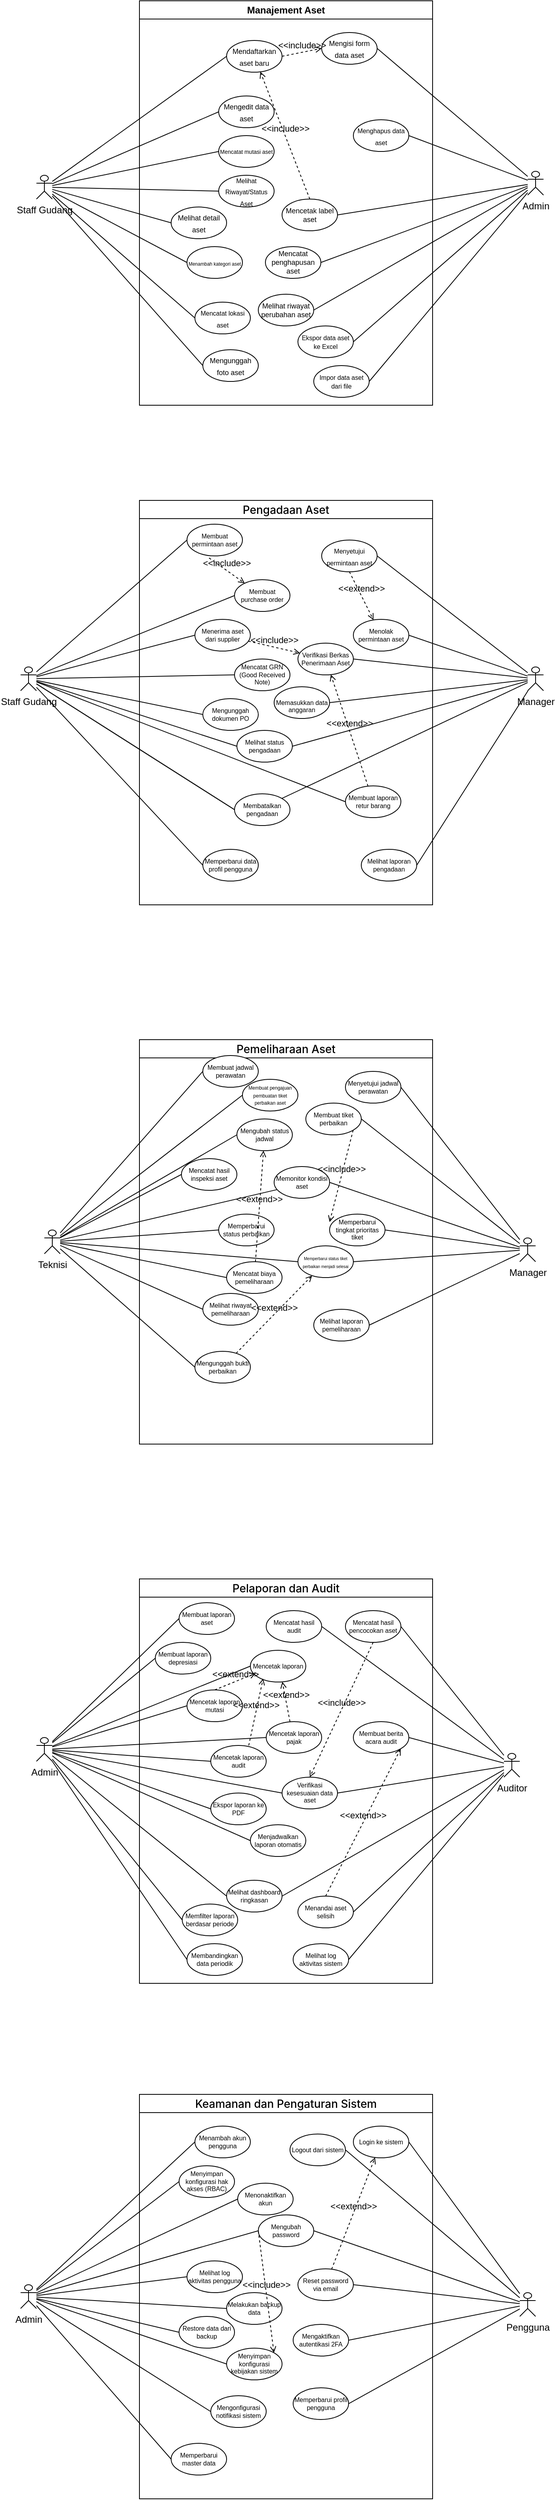
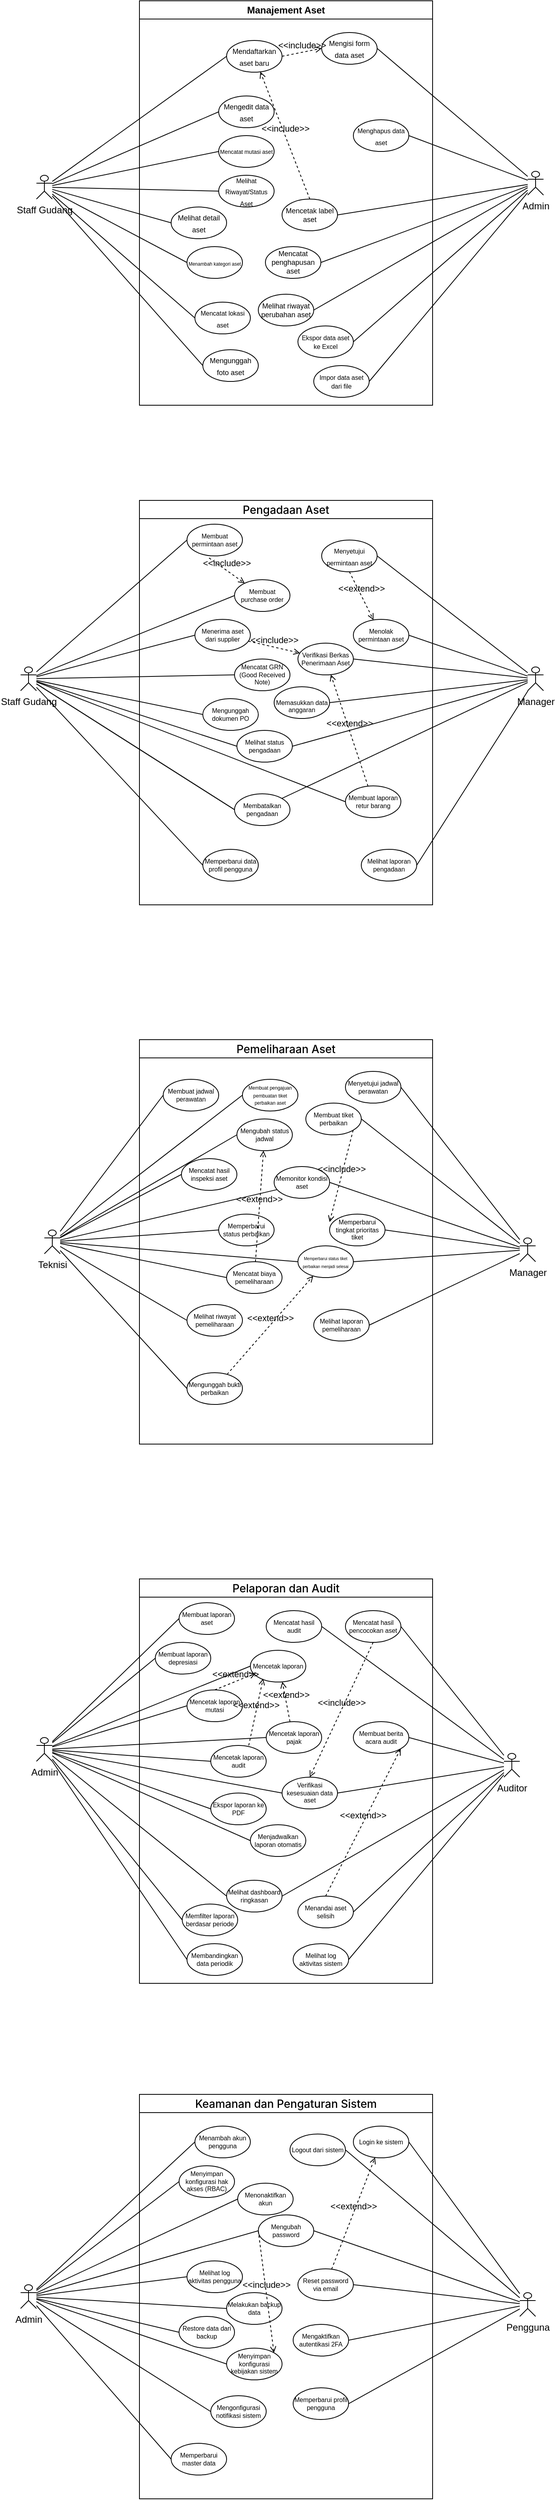
<mxfile host="app.diagrams.net">
  <diagram name="Halaman-1" id="vrqg1WvFMhjWSPYmkqD6">
    <mxGraphModel dx="624" dy="344" grid="1" gridSize="10" guides="1" tooltips="1" connect="1" arrows="1" fold="1" page="1" pageScale="1" pageWidth="827" pageHeight="1169" math="0" shadow="0">
      <root>
        <mxCell id="0" />
        <mxCell id="1" parent="0" />
        <mxCell id="ttJMnmOJ9A8DWHro3bs2-210" parent="1" style="shape=umlActor;verticalLabelPosition=bottom;verticalAlign=top;html=1;outlineConnect=0;" value="Staff Gudang" vertex="1">
          <mxGeometry height="30" width="20" x="90" y="310" as="geometry" />
        </mxCell>
        <mxCell id="ttJMnmOJ9A8DWHro3bs2-211" parent="1" style="shape=umlActor;verticalLabelPosition=bottom;verticalAlign=top;html=1;outlineConnect=0;" value="Admin" vertex="1">
          <mxGeometry height="30" width="20" x="710" y="305" as="geometry" />
        </mxCell>
        <mxCell id="ttJMnmOJ9A8DWHro3bs2-215" edge="1" parent="1" source="ttJMnmOJ9A8DWHro3bs2-216" style="rounded=0;orthogonalLoop=1;jettySize=auto;html=1;exitX=0;exitY=0.5;exitDx=0;exitDy=0;endArrow=none;endFill=0;" target="ttJMnmOJ9A8DWHro3bs2-210">
          <mxGeometry relative="1" as="geometry" />
        </mxCell>
        <mxCell id="ttJMnmOJ9A8DWHro3bs2-217" edge="1" parent="1" source="ttJMnmOJ9A8DWHro3bs2-218" style="rounded=0;orthogonalLoop=1;jettySize=auto;html=1;exitX=0;exitY=0.5;exitDx=0;exitDy=0;endArrow=none;endFill=0;" target="ttJMnmOJ9A8DWHro3bs2-210">
          <mxGeometry relative="1" as="geometry" />
        </mxCell>
        <mxCell id="ttJMnmOJ9A8DWHro3bs2-219" parent="1" style="ellipse;whiteSpace=wrap;html=1;align=center;" value="&lt;span style=&quot;font-size: 6px;&quot;&gt;Menambah kategori aset&lt;/span&gt;" vertex="1">
          <mxGeometry height="40" width="70" x="280" y="400" as="geometry" />
        </mxCell>
        <mxCell id="ttJMnmOJ9A8DWHro3bs2-220" parent="1" style="ellipse;whiteSpace=wrap;html=1;align=center;" value="&lt;span style=&quot;&quot;&gt;&lt;font style=&quot;font-size: 9px;&quot;&gt;Mengunggah foto aset&lt;/font&gt;&lt;/span&gt;" vertex="1">
          <mxGeometry height="40" width="70" x="300" y="530" as="geometry" />
        </mxCell>
        <mxCell id="ttJMnmOJ9A8DWHro3bs2-221" parent="1" style="ellipse;whiteSpace=wrap;html=1;align=center;" value="&lt;span style=&quot;&quot;&gt;&lt;font style=&quot;font-size: 9px;&quot;&gt;Mengedit data aset&lt;/font&gt;&lt;/span&gt;" vertex="1">
          <mxGeometry height="40" width="70" x="320" y="210" as="geometry" />
        </mxCell>
        <mxCell id="ttJMnmOJ9A8DWHro3bs2-222" parent="1" style="ellipse;whiteSpace=wrap;html=1;align=center;" value="&lt;span style=&quot;&quot;&gt;&lt;font style=&quot;font-size: 8px;&quot;&gt;Mencatat lokasi aset&lt;/font&gt;&lt;/span&gt;" vertex="1">
          <mxGeometry height="40" width="70" x="290" y="470" as="geometry" />
        </mxCell>
        <mxCell id="ttJMnmOJ9A8DWHro3bs2-223" parent="1" style="ellipse;whiteSpace=wrap;html=1;align=center;" value="&lt;span style=&quot;&quot;&gt;&lt;font style=&quot;font-size: 9px;&quot;&gt;Mengisi form data aset&lt;/font&gt;&lt;/span&gt;" vertex="1">
          <mxGeometry height="40" width="70" x="450" y="130" as="geometry" />
        </mxCell>
        <mxCell id="ttJMnmOJ9A8DWHro3bs2-226" edge="1" parent="1" source="ttJMnmOJ9A8DWHro3bs2-227" style="rounded=0;orthogonalLoop=1;jettySize=auto;html=1;exitX=1;exitY=0.5;exitDx=0;exitDy=0;endArrow=none;endFill=0;" target="ttJMnmOJ9A8DWHro3bs2-211">
          <mxGeometry relative="1" as="geometry">
            <mxPoint x="710" y="340" as="targetPoint" />
          </mxGeometry>
        </mxCell>
        <mxCell id="ttJMnmOJ9A8DWHro3bs2-232" edge="1" parent="1" source="ttJMnmOJ9A8DWHro3bs2-212" style="rounded=0;orthogonalLoop=1;jettySize=auto;html=1;exitX=0;exitY=0.5;exitDx=0;exitDy=0;endArrow=none;endFill=0;" target="ttJMnmOJ9A8DWHro3bs2-210">
          <mxGeometry relative="1" as="geometry" />
        </mxCell>
        <mxCell id="ttJMnmOJ9A8DWHro3bs2-233" edge="1" parent="1" source="ttJMnmOJ9A8DWHro3bs2-221" style="rounded=0;orthogonalLoop=1;jettySize=auto;html=1;exitX=0;exitY=0.5;exitDx=0;exitDy=0;endArrow=none;endFill=0;" target="ttJMnmOJ9A8DWHro3bs2-210">
          <mxGeometry relative="1" as="geometry" />
        </mxCell>
        <mxCell id="ttJMnmOJ9A8DWHro3bs2-234" edge="1" parent="1" source="ttJMnmOJ9A8DWHro3bs2-220" style="rounded=0;orthogonalLoop=1;jettySize=auto;html=1;exitX=0;exitY=0.5;exitDx=0;exitDy=0;endArrow=none;endFill=0;" target="ttJMnmOJ9A8DWHro3bs2-210">
          <mxGeometry relative="1" as="geometry" />
        </mxCell>
        <mxCell id="ttJMnmOJ9A8DWHro3bs2-235" edge="1" parent="1" source="ttJMnmOJ9A8DWHro3bs2-219" style="rounded=0;orthogonalLoop=1;jettySize=auto;html=1;exitX=0;exitY=0.5;exitDx=0;exitDy=0;startSize=5;endArrow=none;endFill=0;" target="ttJMnmOJ9A8DWHro3bs2-210">
          <mxGeometry relative="1" as="geometry" />
        </mxCell>
        <mxCell id="ttJMnmOJ9A8DWHro3bs2-236" edge="1" parent="1" source="ttJMnmOJ9A8DWHro3bs2-222" style="rounded=0;orthogonalLoop=1;jettySize=auto;html=1;exitX=0;exitY=0.5;exitDx=0;exitDy=0;endArrow=none;endFill=0;" target="ttJMnmOJ9A8DWHro3bs2-210">
          <mxGeometry relative="1" as="geometry" />
        </mxCell>
        <mxCell id="ttJMnmOJ9A8DWHro3bs2-237" edge="1" parent="1" source="ttJMnmOJ9A8DWHro3bs2-223" style="rounded=0;orthogonalLoop=1;jettySize=auto;html=1;exitX=1;exitY=0.5;exitDx=0;exitDy=0;endArrow=none;endFill=0;" target="ttJMnmOJ9A8DWHro3bs2-211">
          <mxGeometry relative="1" as="geometry" />
        </mxCell>
        <mxCell id="ttJMnmOJ9A8DWHro3bs2-240" edge="1" parent="1" source="ttJMnmOJ9A8DWHro3bs2-230" style="rounded=0;orthogonalLoop=1;jettySize=auto;html=1;exitX=1;exitY=0.5;exitDx=0;exitDy=0;endArrow=none;endFill=0;" target="ttJMnmOJ9A8DWHro3bs2-211">
          <mxGeometry relative="1" as="geometry" />
        </mxCell>
        <mxCell id="ttJMnmOJ9A8DWHro3bs2-241" edge="1" parent="1" source="ttJMnmOJ9A8DWHro3bs2-228" style="rounded=0;orthogonalLoop=1;jettySize=auto;html=1;exitX=1;exitY=0.5;exitDx=0;exitDy=0;endArrow=none;endFill=0;" target="ttJMnmOJ9A8DWHro3bs2-211">
          <mxGeometry relative="1" as="geometry" />
        </mxCell>
        <mxCell id="ttJMnmOJ9A8DWHro3bs2-242" edge="1" parent="1" source="ttJMnmOJ9A8DWHro3bs2-225" style="rounded=0;orthogonalLoop=1;jettySize=auto;html=1;exitX=1;exitY=0.5;exitDx=0;exitDy=0;endArrow=none;endFill=0;" target="ttJMnmOJ9A8DWHro3bs2-211">
          <mxGeometry relative="1" as="geometry" />
        </mxCell>
        <mxCell id="ttJMnmOJ9A8DWHro3bs2-243" edge="1" parent="1" source="ttJMnmOJ9A8DWHro3bs2-231" style="rounded=0;orthogonalLoop=1;jettySize=auto;html=1;exitX=1;exitY=0.5;exitDx=0;exitDy=0;endArrow=none;endFill=0;" target="ttJMnmOJ9A8DWHro3bs2-211">
          <mxGeometry relative="1" as="geometry" />
        </mxCell>
        <mxCell id="ttJMnmOJ9A8DWHro3bs2-245" edge="1" parent="1" source="ttJMnmOJ9A8DWHro3bs2-212" style="html=1;verticalAlign=bottom;labelBackgroundColor=none;endArrow=open;endFill=0;dashed=1;rounded=0;entryX=0;entryY=0.5;entryDx=0;entryDy=0;exitX=1;exitY=0.5;exitDx=0;exitDy=0;" target="ttJMnmOJ9A8DWHro3bs2-223" value="&amp;lt;&amp;lt;include&amp;gt;&amp;gt;">
          <mxGeometry relative="1" width="160" as="geometry">
            <mxPoint x="400" y="170" as="sourcePoint" />
            <mxPoint x="560" y="170" as="targetPoint" />
          </mxGeometry>
        </mxCell>
        <mxCell id="ttJMnmOJ9A8DWHro3bs2-248" parent="1" style="swimlane;whiteSpace=wrap;html=1;startSize=23;" value="Manajement Aset" vertex="1">
          <mxGeometry height="510" width="370" x="220" y="90" as="geometry" />
        </mxCell>
        <mxCell id="ttJMnmOJ9A8DWHro3bs2-218" parent="ttJMnmOJ9A8DWHro3bs2-248" style="ellipse;whiteSpace=wrap;html=1;align=center;" value="&lt;span style=&quot;&quot;&gt;&lt;font style=&quot;font-size: 9px;&quot;&gt;Melihat detail aset&lt;/font&gt;&lt;/span&gt;" vertex="1">
          <mxGeometry height="40" width="70" x="40" y="260" as="geometry" />
        </mxCell>
        <mxCell id="ttJMnmOJ9A8DWHro3bs2-216" parent="ttJMnmOJ9A8DWHro3bs2-248" style="ellipse;whiteSpace=wrap;html=1;align=center;" value="&lt;font style=&quot;font-size: 8px;&quot;&gt;Melihat Riwayat/Status Aset&lt;/font&gt;" vertex="1">
          <mxGeometry height="40" width="70" x="100" y="220" as="geometry" />
        </mxCell>
        <mxCell id="ttJMnmOJ9A8DWHro3bs2-230" parent="ttJMnmOJ9A8DWHro3bs2-248" style="ellipse;whiteSpace=wrap;html=1;verticalAlign=middle;fontSize=9;align=center;" value="Mencatat penghapusan aset" vertex="1">
          <mxGeometry height="40" width="70" x="159" y="310" as="geometry" />
        </mxCell>
        <mxCell id="ttJMnmOJ9A8DWHro3bs2-214" parent="ttJMnmOJ9A8DWHro3bs2-248" style="ellipse;whiteSpace=wrap;html=1;align=center;" value="&lt;span style=&quot;&quot;&gt;&lt;font style=&quot;font-size: 8px;&quot;&gt;Menghapus data aset&lt;/font&gt;&lt;/span&gt;" vertex="1">
          <mxGeometry height="40" width="70" x="270" y="150" as="geometry" />
        </mxCell>
        <mxCell id="ttJMnmOJ9A8DWHro3bs2-229" parent="ttJMnmOJ9A8DWHro3bs2-248" style="ellipse;whiteSpace=wrap;html=1;verticalAlign=middle;fontSize=9;align=center;" value="&lt;font style=&quot;font-size: 7px;&quot;&gt;Mencatat mutasi aset&lt;/font&gt;" vertex="1">
          <mxGeometry height="40" width="70" x="100" y="170" as="geometry" />
        </mxCell>
        <mxCell id="ttJMnmOJ9A8DWHro3bs2-225" parent="ttJMnmOJ9A8DWHro3bs2-248" style="ellipse;whiteSpace=wrap;html=1;verticalAlign=middle;fontSize=9;align=center;" value="Melihat riwayat perubahan aset" vertex="1">
          <mxGeometry height="40" width="70" x="150" y="370" as="geometry" />
        </mxCell>
        <mxCell id="ttJMnmOJ9A8DWHro3bs2-231" parent="ttJMnmOJ9A8DWHro3bs2-248" style="ellipse;whiteSpace=wrap;html=1;verticalAlign=middle;fontSize=9;align=center;" value="&lt;font style=&quot;font-size: 8px;&quot;&gt;Impor data aset dari file&lt;/font&gt;" vertex="1">
          <mxGeometry height="40" width="70" x="220" y="460" as="geometry" />
        </mxCell>
        <mxCell id="ttJMnmOJ9A8DWHro3bs2-227" parent="ttJMnmOJ9A8DWHro3bs2-248" style="ellipse;whiteSpace=wrap;html=1;verticalAlign=middle;fontSize=9;align=center;" value="&lt;font style=&quot;font-size: 8px;&quot;&gt;Ekspor data aset ke Excel&lt;/font&gt;" vertex="1">
          <mxGeometry height="40" width="70" x="200" y="410" as="geometry" />
        </mxCell>
        <mxCell id="ttJMnmOJ9A8DWHro3bs2-228" parent="ttJMnmOJ9A8DWHro3bs2-248" style="ellipse;whiteSpace=wrap;html=1;verticalAlign=middle;fontSize=9;align=center;" value="Mencetak label aset" vertex="1">
          <mxGeometry height="40" width="70" x="180" y="250" as="geometry" />
        </mxCell>
        <mxCell id="ttJMnmOJ9A8DWHro3bs2-212" parent="ttJMnmOJ9A8DWHro3bs2-248" style="ellipse;whiteSpace=wrap;html=1;align=center;" value="&lt;span style=&quot;&quot;&gt;&lt;font style=&quot;font-size: 9px;&quot;&gt;Mendaftarkan aset baru&lt;/font&gt;&lt;/span&gt;" vertex="1">
          <mxGeometry height="40" width="70" x="110" y="50" as="geometry" />
        </mxCell>
        <mxCell id="ttJMnmOJ9A8DWHro3bs2-244" edge="1" parent="ttJMnmOJ9A8DWHro3bs2-248" source="ttJMnmOJ9A8DWHro3bs2-228" style="html=1;verticalAlign=bottom;labelBackgroundColor=none;endArrow=open;endFill=0;dashed=1;rounded=0;exitX=0.5;exitY=0;exitDx=0;exitDy=0;" target="ttJMnmOJ9A8DWHro3bs2-212" value="&amp;lt;&amp;lt;include&amp;gt;&amp;gt;">
          <mxGeometry relative="1" width="160" as="geometry">
            <mxPoint x="160" y="300" as="sourcePoint" />
            <mxPoint x="265" y="130" as="targetPoint" />
          </mxGeometry>
        </mxCell>
        <mxCell id="ttJMnmOJ9A8DWHro3bs2-249" parent="1" style="swimlane;whiteSpace=wrap;html=1;startSize=23;" value="&lt;span style=&quot;font-family: &amp;quot;Anthropic Sans&amp;quot;, -apple-system, BlinkMacSystemFont, &amp;quot;Segoe UI&amp;quot;, sans-serif; font-size: 14px; font-weight: 500; text-align: start; white-space: nowrap;&quot;&gt;Pengadaan Aset&lt;/span&gt;" vertex="1">
          <mxGeometry height="510" width="370" x="220" y="720" as="geometry" />
        </mxCell>
        <mxCell id="ttJMnmOJ9A8DWHro3bs2-253" parent="ttJMnmOJ9A8DWHro3bs2-249" style="ellipse;whiteSpace=wrap;html=1;align=center;fontSize=8;" value="&lt;span style=&quot;&quot;&gt;Membuat permintaan aset&lt;/span&gt;" vertex="1">
          <mxGeometry height="40" width="70" x="60" y="30" as="geometry" />
        </mxCell>
        <mxCell id="ttJMnmOJ9A8DWHro3bs2-254" parent="ttJMnmOJ9A8DWHro3bs2-249" style="ellipse;whiteSpace=wrap;html=1;align=center;fontSize=8;" value="&lt;span style=&quot;&quot;&gt;Membuat purchase order&lt;/span&gt;" vertex="1">
          <mxGeometry height="40" width="70" x="120" y="100" as="geometry" />
        </mxCell>
        <mxCell id="ttJMnmOJ9A8DWHro3bs2-260" parent="ttJMnmOJ9A8DWHro3bs2-249" style="ellipse;whiteSpace=wrap;html=1;align=center;fontSize=8;" value="&lt;span style=&quot;&quot;&gt;Menerima aset dari supplier&lt;/span&gt;" vertex="1">
          <mxGeometry height="40" width="70" x="70" y="150" as="geometry" />
        </mxCell>
        <mxCell id="ttJMnmOJ9A8DWHro3bs2-255" parent="ttJMnmOJ9A8DWHro3bs2-249" style="ellipse;whiteSpace=wrap;html=1;align=center;fontSize=8;" value="Memperbarui data profil pengguna" vertex="1">
          <mxGeometry height="40" width="70" x="80" y="440" as="geometry" />
        </mxCell>
        <mxCell id="ttJMnmOJ9A8DWHro3bs2-258" parent="ttJMnmOJ9A8DWHro3bs2-249" style="ellipse;whiteSpace=wrap;html=1;align=center;fontSize=8;" value="&lt;span style=&quot;&quot;&gt;Mencatat GRN (Good Received Note)&lt;/span&gt;" vertex="1">
          <mxGeometry height="40" width="70" x="120" y="200" as="geometry" />
        </mxCell>
        <mxCell id="ttJMnmOJ9A8DWHro3bs2-259" parent="ttJMnmOJ9A8DWHro3bs2-249" style="ellipse;whiteSpace=wrap;html=1;align=center;fontSize=8;" value="&lt;span style=&quot;&quot;&gt;Membatalkan pengadaan&lt;/span&gt;" vertex="1">
          <mxGeometry height="40" width="70" x="120" y="370" as="geometry" />
        </mxCell>
        <mxCell id="ttJMnmOJ9A8DWHro3bs2-256" parent="ttJMnmOJ9A8DWHro3bs2-249" style="ellipse;whiteSpace=wrap;html=1;align=center;fontSize=8;" value="&lt;span style=&quot;&quot;&gt;Mengunggah dokumen PO&lt;/span&gt;" vertex="1">
          <mxGeometry height="40" width="70" x="80" y="250" as="geometry" />
        </mxCell>
        <mxCell id="ttJMnmOJ9A8DWHro3bs2-257" parent="ttJMnmOJ9A8DWHro3bs2-249" style="ellipse;whiteSpace=wrap;html=1;align=center;fontSize=8;" value="&lt;span style=&quot;&quot;&gt;Melihat status pengadaan&lt;/span&gt;" vertex="1">
          <mxGeometry height="40" width="70" x="123" y="290" as="geometry" />
        </mxCell>
        <mxCell id="ttJMnmOJ9A8DWHro3bs2-263" parent="ttJMnmOJ9A8DWHro3bs2-249" style="ellipse;whiteSpace=wrap;html=1;align=center;" value="&lt;span style=&quot;&quot;&gt;&lt;font style=&quot;font-size: 8px;&quot;&gt;Menyetujui permintaan aset&lt;/font&gt;&lt;/span&gt;" vertex="1">
          <mxGeometry height="40" width="70" x="230" y="50" as="geometry" />
        </mxCell>
        <mxCell id="ttJMnmOJ9A8DWHro3bs2-261" parent="ttJMnmOJ9A8DWHro3bs2-249" style="ellipse;whiteSpace=wrap;html=1;align=center;fontSize=8;" value="&lt;span style=&quot;&quot;&gt;Menolak permintaan aset&lt;/span&gt;" vertex="1">
          <mxGeometry height="40" width="70" x="270" y="150" as="geometry" />
        </mxCell>
        <mxCell id="ttJMnmOJ9A8DWHro3bs2-262" parent="ttJMnmOJ9A8DWHro3bs2-249" style="ellipse;whiteSpace=wrap;html=1;align=center;fontSize=8;" value="&lt;br&gt;&lt;div&gt;Memasukkan data anggaran&lt;/div&gt;" vertex="1">
          <mxGeometry height="40" width="70" x="170" y="235" as="geometry" />
        </mxCell>
        <mxCell id="ttJMnmOJ9A8DWHro3bs2-264" parent="ttJMnmOJ9A8DWHro3bs2-249" style="ellipse;whiteSpace=wrap;html=1;align=center;fontSize=8;" value="&lt;span style=&quot;&quot;&gt;Melihat laporan pengadaan&lt;/span&gt;" vertex="1">
          <mxGeometry height="40" width="70" x="280" y="440" as="geometry" />
        </mxCell>
        <mxCell id="ttJMnmOJ9A8DWHro3bs2-265" parent="ttJMnmOJ9A8DWHro3bs2-249" style="ellipse;whiteSpace=wrap;html=1;align=center;fontSize=8;" value="Verifikasi Berkas Penerimaan Aset" vertex="1">
          <mxGeometry height="40" width="70" x="200" y="180" as="geometry" />
        </mxCell>
        <mxCell id="ttJMnmOJ9A8DWHro3bs2-286" edge="1" parent="ttJMnmOJ9A8DWHro3bs2-249" source="ttJMnmOJ9A8DWHro3bs2-263" style="html=1;verticalAlign=bottom;labelBackgroundColor=none;endArrow=open;endFill=0;dashed=1;rounded=0;exitX=0.5;exitY=1;exitDx=0;exitDy=0;" target="ttJMnmOJ9A8DWHro3bs2-261" value="&amp;lt;&amp;lt;extend&amp;gt;&amp;gt;">
          <mxGeometry relative="1" width="160" as="geometry">
            <mxPoint x="220" y="80" as="sourcePoint" />
            <mxPoint x="270" y="84" as="targetPoint" />
          </mxGeometry>
        </mxCell>
        <mxCell id="Ji7-jTJ7KOdppPhq-gUy-3" edge="1" parent="ttJMnmOJ9A8DWHro3bs2-249" source="ttJMnmOJ9A8DWHro3bs2-253" style="html=1;verticalAlign=bottom;labelBackgroundColor=none;endArrow=open;endFill=0;dashed=1;rounded=0;exitX=0.398;exitY=1.064;exitDx=0;exitDy=0;exitPerimeter=0;" target="ttJMnmOJ9A8DWHro3bs2-254" value="&amp;lt;&amp;lt;include&amp;gt;&amp;gt;">
          <mxGeometry relative="1" width="160" as="geometry">
            <mxPoint x="210" y="70" as="sourcePoint" />
            <mxPoint x="232" y="173" as="targetPoint" />
          </mxGeometry>
        </mxCell>
        <mxCell id="Ji7-jTJ7KOdppPhq-gUy-5" edge="1" parent="ttJMnmOJ9A8DWHro3bs2-249" source="ttJMnmOJ9A8DWHro3bs2-260" style="html=1;verticalAlign=bottom;labelBackgroundColor=none;endArrow=open;endFill=0;dashed=1;rounded=0;" target="ttJMnmOJ9A8DWHro3bs2-265" value="&amp;lt;&amp;lt;include&amp;gt;&amp;gt;">
          <mxGeometry relative="1" width="160" as="geometry">
            <mxPoint x="190" y="150" as="sourcePoint" />
            <mxPoint x="235" y="182" as="targetPoint" />
          </mxGeometry>
        </mxCell>
        <mxCell id="Ji7-jTJ7KOdppPhq-gUy-6" parent="ttJMnmOJ9A8DWHro3bs2-249" style="ellipse;whiteSpace=wrap;html=1;align=center;fontSize=8;" value="&lt;span style=&quot;&quot;&gt;Me&lt;/span&gt;&lt;span style=&quot;background-color: transparent; color: light-dark(rgb(0, 0, 0), rgb(255, 255, 255));&quot;&gt;mbuat laporan retur barang&lt;/span&gt;" vertex="1">
          <mxGeometry height="40" width="70" x="260" y="360" as="geometry" />
        </mxCell>
        <mxCell id="Ji7-jTJ7KOdppPhq-gUy-8" edge="1" parent="ttJMnmOJ9A8DWHro3bs2-249" source="Ji7-jTJ7KOdppPhq-gUy-6" style="html=1;verticalAlign=bottom;labelBackgroundColor=none;endArrow=open;endFill=0;dashed=1;rounded=0;" target="ttJMnmOJ9A8DWHro3bs2-265" value="&amp;lt;&amp;lt;extend&amp;gt;&amp;gt;">
          <mxGeometry relative="1" width="160" as="geometry">
            <mxPoint x="300" y="340" as="sourcePoint" />
            <mxPoint x="330" y="401" as="targetPoint" />
          </mxGeometry>
        </mxCell>
        <mxCell id="ttJMnmOJ9A8DWHro3bs2-250" parent="1" style="shape=umlActor;verticalLabelPosition=bottom;verticalAlign=top;html=1;outlineConnect=0;" value="Staff Gudang" vertex="1">
          <mxGeometry height="30" width="20" x="70" y="930" as="geometry" />
        </mxCell>
        <mxCell id="ttJMnmOJ9A8DWHro3bs2-251" parent="1" style="shape=umlActor;verticalLabelPosition=bottom;verticalAlign=top;html=1;outlineConnect=0;" value="Manager" vertex="1">
          <mxGeometry height="30" width="20" x="710" y="930" as="geometry" />
        </mxCell>
        <mxCell id="ttJMnmOJ9A8DWHro3bs2-274" edge="1" parent="1" source="ttJMnmOJ9A8DWHro3bs2-256" style="rounded=0;orthogonalLoop=1;jettySize=auto;html=1;exitX=0;exitY=0.5;exitDx=0;exitDy=0;endArrow=none;endFill=0;" target="ttJMnmOJ9A8DWHro3bs2-250">
          <mxGeometry relative="1" as="geometry" />
        </mxCell>
        <mxCell id="ttJMnmOJ9A8DWHro3bs2-275" edge="1" parent="1" source="ttJMnmOJ9A8DWHro3bs2-257" style="rounded=0;orthogonalLoop=1;jettySize=auto;html=1;exitX=0;exitY=0.5;exitDx=0;exitDy=0;endArrow=none;endFill=0;" target="ttJMnmOJ9A8DWHro3bs2-250">
          <mxGeometry relative="1" as="geometry" />
        </mxCell>
        <mxCell id="ttJMnmOJ9A8DWHro3bs2-266" edge="1" parent="1" source="ttJMnmOJ9A8DWHro3bs2-253" style="rounded=0;orthogonalLoop=1;jettySize=auto;html=1;exitX=0;exitY=0.5;exitDx=0;exitDy=0;endArrow=none;endFill=0;" target="ttJMnmOJ9A8DWHro3bs2-250">
          <mxGeometry relative="1" as="geometry" />
        </mxCell>
        <mxCell id="ttJMnmOJ9A8DWHro3bs2-267" edge="1" parent="1" source="ttJMnmOJ9A8DWHro3bs2-254" style="rounded=0;orthogonalLoop=1;jettySize=auto;html=1;exitX=0;exitY=0.5;exitDx=0;exitDy=0;endArrow=none;endFill=0;" target="ttJMnmOJ9A8DWHro3bs2-250">
          <mxGeometry relative="1" as="geometry" />
        </mxCell>
        <mxCell id="ttJMnmOJ9A8DWHro3bs2-268" edge="1" parent="1" source="ttJMnmOJ9A8DWHro3bs2-260" style="rounded=0;orthogonalLoop=1;jettySize=auto;html=1;exitX=0;exitY=0.5;exitDx=0;exitDy=0;endArrow=none;endFill=0;" target="ttJMnmOJ9A8DWHro3bs2-250">
          <mxGeometry relative="1" as="geometry" />
        </mxCell>
        <mxCell id="ttJMnmOJ9A8DWHro3bs2-269" edge="1" parent="1" source="ttJMnmOJ9A8DWHro3bs2-255" style="rounded=0;orthogonalLoop=1;jettySize=auto;html=1;exitX=0;exitY=0.5;exitDx=0;exitDy=0;endArrow=none;endFill=0;" target="ttJMnmOJ9A8DWHro3bs2-250">
          <mxGeometry relative="1" as="geometry" />
        </mxCell>
        <mxCell id="ttJMnmOJ9A8DWHro3bs2-271" edge="1" parent="1" source="ttJMnmOJ9A8DWHro3bs2-259" style="rounded=0;orthogonalLoop=1;jettySize=auto;html=1;exitX=0;exitY=0.5;exitDx=0;exitDy=0;endArrow=none;endFill=0;" target="ttJMnmOJ9A8DWHro3bs2-250">
          <mxGeometry relative="1" as="geometry" />
        </mxCell>
        <mxCell id="ttJMnmOJ9A8DWHro3bs2-272" edge="1" parent="1" source="ttJMnmOJ9A8DWHro3bs2-259" style="rounded=0;orthogonalLoop=1;jettySize=auto;html=1;exitX=0;exitY=0.5;exitDx=0;exitDy=0;endArrow=none;endFill=0;" target="ttJMnmOJ9A8DWHro3bs2-250">
          <mxGeometry relative="1" as="geometry" />
        </mxCell>
        <mxCell id="ttJMnmOJ9A8DWHro3bs2-276" edge="1" parent="1" source="ttJMnmOJ9A8DWHro3bs2-258" style="rounded=0;orthogonalLoop=1;jettySize=auto;html=1;exitX=0;exitY=0.5;exitDx=0;exitDy=0;endArrow=none;endFill=0;" target="ttJMnmOJ9A8DWHro3bs2-250" value="">
          <mxGeometry relative="1" as="geometry">
            <mxPoint x="330" y="1030" as="sourcePoint" />
            <mxPoint x="120" y="900" as="targetPoint" />
          </mxGeometry>
        </mxCell>
        <mxCell id="ttJMnmOJ9A8DWHro3bs2-278" edge="1" parent="1" source="ttJMnmOJ9A8DWHro3bs2-263" style="rounded=0;orthogonalLoop=1;jettySize=auto;html=1;exitX=1;exitY=0.5;exitDx=0;exitDy=0;endArrow=none;endFill=0;" target="ttJMnmOJ9A8DWHro3bs2-251">
          <mxGeometry relative="1" as="geometry" />
        </mxCell>
        <mxCell id="ttJMnmOJ9A8DWHro3bs2-279" edge="1" parent="1" source="ttJMnmOJ9A8DWHro3bs2-261" style="rounded=0;orthogonalLoop=1;jettySize=auto;html=1;exitX=1;exitY=0.5;exitDx=0;exitDy=0;endArrow=none;endFill=0;" target="ttJMnmOJ9A8DWHro3bs2-251">
          <mxGeometry relative="1" as="geometry" />
        </mxCell>
        <mxCell id="ttJMnmOJ9A8DWHro3bs2-280" edge="1" parent="1" source="ttJMnmOJ9A8DWHro3bs2-262" style="rounded=0;orthogonalLoop=1;jettySize=auto;html=1;exitX=1;exitY=0.5;exitDx=0;exitDy=0;endArrow=none;endFill=0;" target="ttJMnmOJ9A8DWHro3bs2-251">
          <mxGeometry relative="1" as="geometry" />
        </mxCell>
        <mxCell id="ttJMnmOJ9A8DWHro3bs2-281" edge="1" parent="1" source="ttJMnmOJ9A8DWHro3bs2-264" style="rounded=0;orthogonalLoop=1;jettySize=auto;html=1;exitX=1;exitY=0.5;exitDx=0;exitDy=0;endArrow=none;endFill=0;" target="ttJMnmOJ9A8DWHro3bs2-251">
          <mxGeometry relative="1" as="geometry" />
        </mxCell>
        <mxCell id="ttJMnmOJ9A8DWHro3bs2-282" edge="1" parent="1" source="ttJMnmOJ9A8DWHro3bs2-265" style="rounded=0;orthogonalLoop=1;jettySize=auto;html=1;exitX=1;exitY=0.5;exitDx=0;exitDy=0;endArrow=none;endFill=0;" target="ttJMnmOJ9A8DWHro3bs2-251">
          <mxGeometry relative="1" as="geometry" />
        </mxCell>
        <mxCell id="ttJMnmOJ9A8DWHro3bs2-319" parent="1" style="swimlane;whiteSpace=wrap;html=1;startSize=23;" value="&lt;span style=&quot;font-family: &amp;quot;Anthropic Sans&amp;quot;, -apple-system, BlinkMacSystemFont, &amp;quot;Segoe UI&amp;quot;, sans-serif; font-size: 14px; font-weight: 500; text-align: start; white-space: nowrap;&quot;&gt;Pemeliharaan Aset&lt;/span&gt;" vertex="1">
          <mxGeometry height="510" width="370" x="220" y="1400" as="geometry" />
        </mxCell>
        <mxCell id="ttJMnmOJ9A8DWHro3bs2-322" parent="ttJMnmOJ9A8DWHro3bs2-319" style="ellipse;whiteSpace=wrap;html=1;align=center;fontSize=8;" value="Membuat jadwal perawatan" vertex="1">
-           <mxGeometry height="40" width="70" x="80" y="20" as="geometry" />
+           <mxGeometry height="40" width="70" x="30" y="50" as="geometry" />
        </mxCell>
        <mxCell id="ttJMnmOJ9A8DWHro3bs2-323" parent="ttJMnmOJ9A8DWHro3bs2-319" style="ellipse;whiteSpace=wrap;html=1;align=center;fontSize=8;" value="Mencatat hasil inspeksi aset" vertex="1">
          <mxGeometry height="40" width="70" x="53" y="150" as="geometry" />
        </mxCell>
        <mxCell id="ttJMnmOJ9A8DWHro3bs2-324" parent="ttJMnmOJ9A8DWHro3bs2-319" style="ellipse;whiteSpace=wrap;html=1;align=center;fontSize=8;" value="Membuat tiket perbaikan" vertex="1">
          <mxGeometry height="40" width="70" x="210" y="80" as="geometry" />
        </mxCell>
        <mxCell id="ttJMnmOJ9A8DWHro3bs2-325" parent="ttJMnmOJ9A8DWHro3bs2-319" style="ellipse;whiteSpace=wrap;html=1;align=center;fontSize=8;" value="Memperbarui status perbaikan" vertex="1">
          <mxGeometry height="40" width="70" x="100" y="220" as="geometry" />
        </mxCell>
        <mxCell id="ttJMnmOJ9A8DWHro3bs2-326" parent="ttJMnmOJ9A8DWHro3bs2-319" style="ellipse;whiteSpace=wrap;html=1;align=center;fontSize=8;" value="Mencatat biaya pemeliharaan" vertex="1">
          <mxGeometry height="40" width="70" x="110" y="280" as="geometry" />
        </mxCell>
        <mxCell id="ttJMnmOJ9A8DWHro3bs2-328" parent="ttJMnmOJ9A8DWHro3bs2-319" style="ellipse;whiteSpace=wrap;html=1;align=center;fontSize=8;" value="Melihat riwayat pemeliharaan" vertex="1">
-           <mxGeometry height="40" width="70" x="80" y="320" as="geometry" />
+           <mxGeometry height="40" width="70" x="60" y="334" as="geometry" />
        </mxCell>
        <mxCell id="ttJMnmOJ9A8DWHro3bs2-329" parent="ttJMnmOJ9A8DWHro3bs2-319" style="ellipse;whiteSpace=wrap;html=1;align=center;fontSize=8;" value="Mengunggah bukti perbaikan" vertex="1">
-           <mxGeometry height="40" width="70" x="70" y="393" as="geometry" />
+           <mxGeometry height="40" width="70" x="60" y="420" as="geometry" />
        </mxCell>
        <mxCell id="ttJMnmOJ9A8DWHro3bs2-332" parent="ttJMnmOJ9A8DWHro3bs2-319" style="ellipse;whiteSpace=wrap;html=1;align=center;fontSize=8;" value="Memperbarui tingkat prioritas tiket" vertex="1">
          <mxGeometry height="40" width="70" x="240" y="220" as="geometry" />
        </mxCell>
        <mxCell id="ttJMnmOJ9A8DWHro3bs2-333" parent="ttJMnmOJ9A8DWHro3bs2-319" style="ellipse;whiteSpace=wrap;html=1;align=center;fontSize=8;" value="Melihat laporan pemeliharaan" vertex="1">
          <mxGeometry height="40" width="70" x="220" y="340" as="geometry" />
        </mxCell>
        <mxCell id="ttJMnmOJ9A8DWHro3bs2-334" parent="ttJMnmOJ9A8DWHro3bs2-319" style="ellipse;whiteSpace=wrap;html=1;align=center;fontSize=8;" value="&lt;font style=&quot;font-size: 5px;&quot;&gt;Memperbarui status tiket perbaikan menjadi selesai&lt;/font&gt;" vertex="1">
          <mxGeometry height="40" width="70" x="200" y="260" as="geometry" />
        </mxCell>
        <mxCell id="ttJMnmOJ9A8DWHro3bs2-352" edge="1" parent="ttJMnmOJ9A8DWHro3bs2-319" style="edgeStyle=orthogonalEdgeStyle;rounded=0;orthogonalLoop=1;jettySize=auto;html=1;exitX=0.5;exitY=1;exitDx=0;exitDy=0;">
          <mxGeometry relative="1" as="geometry">
            <mxPoint x="265" y="393" as="sourcePoint" />
            <mxPoint x="265" y="393" as="targetPoint" />
          </mxGeometry>
        </mxCell>
        <mxCell id="ttJMnmOJ9A8DWHro3bs2-353" edge="1" parent="ttJMnmOJ9A8DWHro3bs2-319" source="ttJMnmOJ9A8DWHro3bs2-324" style="html=1;verticalAlign=bottom;labelBackgroundColor=none;endArrow=open;endFill=0;dashed=1;rounded=0;exitX=1;exitY=1;exitDx=0;exitDy=0;entryX=0;entryY=0.25;entryDx=0;entryDy=0;entryPerimeter=0;" target="ttJMnmOJ9A8DWHro3bs2-332" value="&amp;lt;&amp;lt;include&amp;gt;&amp;gt;">
          <mxGeometry relative="1" width="160" as="geometry">
            <mxPoint x="220" y="180" as="sourcePoint" />
            <mxPoint x="238" y="293" as="targetPoint" />
          </mxGeometry>
        </mxCell>
        <mxCell id="ttJMnmOJ9A8DWHro3bs2-354" edge="1" parent="ttJMnmOJ9A8DWHro3bs2-319" source="ttJMnmOJ9A8DWHro3bs2-329" style="html=1;verticalAlign=bottom;labelBackgroundColor=none;endArrow=open;endFill=0;dashed=1;rounded=0;" target="ttJMnmOJ9A8DWHro3bs2-334" value="&amp;lt;&amp;lt;extend&amp;gt;&amp;gt;">
          <mxGeometry relative="1" width="160" as="geometry">
            <mxPoint x="197" y="390" as="sourcePoint" />
            <mxPoint x="180" y="510" as="targetPoint" />
          </mxGeometry>
        </mxCell>
        <mxCell id="ttJMnmOJ9A8DWHro3bs2-331" parent="ttJMnmOJ9A8DWHro3bs2-319" style="ellipse;whiteSpace=wrap;html=1;align=center;fontSize=8;" value="Memonitor kondisi aset" vertex="1">
          <mxGeometry height="40" width="70" x="170" y="160" as="geometry" />
        </mxCell>
        <mxCell id="Ji7-jTJ7KOdppPhq-gUy-9" parent="ttJMnmOJ9A8DWHro3bs2-319" style="ellipse;whiteSpace=wrap;html=1;align=center;fontSize=8;" value="Mengubah status jadwal" vertex="1">
          <mxGeometry height="40" width="70" x="123" y="100" as="geometry" />
        </mxCell>
        <mxCell id="Ji7-jTJ7KOdppPhq-gUy-11" edge="1" parent="ttJMnmOJ9A8DWHro3bs2-319" source="ttJMnmOJ9A8DWHro3bs2-326" style="html=1;verticalAlign=bottom;labelBackgroundColor=none;endArrow=open;endFill=0;dashed=1;rounded=0;" target="Ji7-jTJ7KOdppPhq-gUy-9" value="&amp;lt;&amp;lt;extend&amp;gt;&amp;gt;">
          <mxGeometry relative="1" width="160" as="geometry">
            <mxPoint x="190" y="372" as="sourcePoint" />
            <mxPoint x="278" y="220" as="targetPoint" />
          </mxGeometry>
        </mxCell>
        <mxCell id="ttJMnmOJ9A8DWHro3bs2-330" parent="ttJMnmOJ9A8DWHro3bs2-319" style="ellipse;whiteSpace=wrap;html=1;align=center;fontSize=8;" value="Menyetujui jadwal perawatan" vertex="1">
          <mxGeometry height="40" width="70" x="260" y="40" as="geometry" />
        </mxCell>
        <mxCell id="Z1_i2laTNwozgm0S6zVG-1" parent="ttJMnmOJ9A8DWHro3bs2-319" style="ellipse;whiteSpace=wrap;html=1;align=center;fontSize=8;" value="&lt;font style=&quot;font-size: 6px;&quot;&gt;Membuat pengajuan pembuatan tiket perbaikan aset&lt;/font&gt;" vertex="1">
          <mxGeometry height="40" width="70" x="130" y="50" as="geometry" />
        </mxCell>
        <mxCell id="JGa3toTjyCk54IzFmMTe-4" edge="1" parent="1" source="ttJMnmOJ9A8DWHro3bs2-320" style="rounded=0;orthogonalLoop=1;jettySize=auto;html=1;entryX=0;entryY=0.5;entryDx=0;entryDy=0;endArrow=none;endFill=0;" target="ttJMnmOJ9A8DWHro3bs2-334">
          <mxGeometry relative="1" as="geometry" />
        </mxCell>
        <mxCell id="ttJMnmOJ9A8DWHro3bs2-320" parent="1" style="shape=umlActor;verticalLabelPosition=bottom;verticalAlign=top;html=1;outlineConnect=0;" value="Teknisi" vertex="1">
          <mxGeometry height="30" width="20" x="100" y="1640" as="geometry" />
        </mxCell>
        <mxCell id="ttJMnmOJ9A8DWHro3bs2-321" parent="1" style="shape=umlActor;verticalLabelPosition=bottom;verticalAlign=top;html=1;outlineConnect=0;" value="Manager" vertex="1">
          <mxGeometry height="30" width="20" x="700" y="1650" as="geometry" />
        </mxCell>
        <mxCell id="ttJMnmOJ9A8DWHro3bs2-336" edge="1" parent="1" source="ttJMnmOJ9A8DWHro3bs2-322" style="rounded=0;orthogonalLoop=1;jettySize=auto;html=1;exitX=0;exitY=0.5;exitDx=0;exitDy=0;endArrow=none;endFill=0;" target="ttJMnmOJ9A8DWHro3bs2-320">
          <mxGeometry relative="1" as="geometry" />
        </mxCell>
        <mxCell id="ttJMnmOJ9A8DWHro3bs2-337" edge="1" parent="1" source="ttJMnmOJ9A8DWHro3bs2-323" style="rounded=0;orthogonalLoop=1;jettySize=auto;html=1;exitX=0;exitY=0.5;exitDx=0;exitDy=0;endArrow=none;endFill=0;" target="ttJMnmOJ9A8DWHro3bs2-320">
          <mxGeometry relative="1" as="geometry" />
        </mxCell>
        <mxCell id="ttJMnmOJ9A8DWHro3bs2-339" edge="1" parent="1" source="ttJMnmOJ9A8DWHro3bs2-325" style="rounded=0;orthogonalLoop=1;jettySize=auto;html=1;exitX=0;exitY=0.5;exitDx=0;exitDy=0;endArrow=none;endFill=0;" target="ttJMnmOJ9A8DWHro3bs2-320">
          <mxGeometry relative="1" as="geometry" />
        </mxCell>
        <mxCell id="ttJMnmOJ9A8DWHro3bs2-340" edge="1" parent="1" source="ttJMnmOJ9A8DWHro3bs2-326" style="rounded=0;orthogonalLoop=1;jettySize=auto;html=1;exitX=0;exitY=0.5;exitDx=0;exitDy=0;endArrow=none;endFill=0;" target="ttJMnmOJ9A8DWHro3bs2-320">
          <mxGeometry relative="1" as="geometry" />
        </mxCell>
        <mxCell id="ttJMnmOJ9A8DWHro3bs2-341" edge="1" parent="1" source="ttJMnmOJ9A8DWHro3bs2-328" style="rounded=0;orthogonalLoop=1;jettySize=auto;html=1;exitX=0;exitY=0.5;exitDx=0;exitDy=0;endArrow=none;endFill=0;" target="ttJMnmOJ9A8DWHro3bs2-320">
          <mxGeometry relative="1" as="geometry" />
        </mxCell>
        <mxCell id="ttJMnmOJ9A8DWHro3bs2-345" edge="1" parent="1" source="ttJMnmOJ9A8DWHro3bs2-330" style="rounded=0;orthogonalLoop=1;jettySize=auto;html=1;exitX=1;exitY=0.5;exitDx=0;exitDy=0;endArrow=none;endFill=0;" target="ttJMnmOJ9A8DWHro3bs2-321">
          <mxGeometry relative="1" as="geometry" />
        </mxCell>
        <mxCell id="ttJMnmOJ9A8DWHro3bs2-346" edge="1" parent="1" source="ttJMnmOJ9A8DWHro3bs2-331" style="rounded=0;orthogonalLoop=1;jettySize=auto;html=1;exitX=1;exitY=0.5;exitDx=0;exitDy=0;endArrow=none;endFill=0;" target="ttJMnmOJ9A8DWHro3bs2-321">
          <mxGeometry relative="1" as="geometry" />
        </mxCell>
        <mxCell id="ttJMnmOJ9A8DWHro3bs2-348" edge="1" parent="1" source="ttJMnmOJ9A8DWHro3bs2-332" style="rounded=0;orthogonalLoop=1;jettySize=auto;html=1;exitX=1;exitY=0.5;exitDx=0;exitDy=0;endArrow=none;endFill=0;" target="ttJMnmOJ9A8DWHro3bs2-321">
          <mxGeometry relative="1" as="geometry" />
        </mxCell>
        <mxCell id="ttJMnmOJ9A8DWHro3bs2-349" edge="1" parent="1" source="ttJMnmOJ9A8DWHro3bs2-333" style="rounded=0;orthogonalLoop=1;jettySize=auto;html=1;exitX=1;exitY=0.5;exitDx=0;exitDy=0;endArrow=none;endFill=0;" target="ttJMnmOJ9A8DWHro3bs2-321">
          <mxGeometry relative="1" as="geometry" />
        </mxCell>
        <mxCell id="ttJMnmOJ9A8DWHro3bs2-350" edge="1" parent="1" source="ttJMnmOJ9A8DWHro3bs2-334" style="rounded=0;orthogonalLoop=1;jettySize=auto;html=1;exitX=1;exitY=0.5;exitDx=0;exitDy=0;endArrow=none;endFill=0;" target="ttJMnmOJ9A8DWHro3bs2-321">
          <mxGeometry relative="1" as="geometry" />
        </mxCell>
        <mxCell id="ttJMnmOJ9A8DWHro3bs2-343" edge="1" parent="1" source="ttJMnmOJ9A8DWHro3bs2-329" style="rounded=0;orthogonalLoop=1;jettySize=auto;html=1;exitX=0;exitY=0.5;exitDx=0;exitDy=0;endArrow=none;endFill=0;" target="ttJMnmOJ9A8DWHro3bs2-320">
          <mxGeometry relative="1" as="geometry">
            <mxPoint x="119.99999999999977" y="1680" as="targetPoint" />
          </mxGeometry>
        </mxCell>
        <mxCell id="ttJMnmOJ9A8DWHro3bs2-355" parent="1" style="swimlane;whiteSpace=wrap;html=1;startSize=23;" value="&lt;span style=&quot;font-family: &amp;quot;Anthropic Sans&amp;quot;, -apple-system, BlinkMacSystemFont, &amp;quot;Segoe UI&amp;quot;, sans-serif; font-size: 14px; font-weight: 500; text-align: start; white-space: nowrap;&quot;&gt;Pelaporan dan Audit&lt;/span&gt;" vertex="1">
          <mxGeometry height="510" width="370" x="220" y="2080" as="geometry" />
        </mxCell>
        <mxCell id="ttJMnmOJ9A8DWHro3bs2-360" parent="ttJMnmOJ9A8DWHro3bs2-355" style="ellipse;whiteSpace=wrap;html=1;align=center;fontSize=8;" value="Mencetak laporan" vertex="1">
          <mxGeometry height="40" width="70" x="140" y="90" as="geometry" />
        </mxCell>
        <mxCell id="ttJMnmOJ9A8DWHro3bs2-361" parent="ttJMnmOJ9A8DWHro3bs2-355" style="ellipse;whiteSpace=wrap;html=1;align=center;fontSize=8;" value="Ekspor laporan ke PDF" vertex="1">
          <mxGeometry height="40" width="70" x="90" y="270" as="geometry" />
        </mxCell>
        <mxCell id="ttJMnmOJ9A8DWHro3bs2-362" parent="ttJMnmOJ9A8DWHro3bs2-355" style="ellipse;whiteSpace=wrap;html=1;align=center;fontSize=8;" value="Melihat dashboard ringkasan" vertex="1">
          <mxGeometry height="40" width="70" x="110" y="380" as="geometry" />
        </mxCell>
        <mxCell id="ttJMnmOJ9A8DWHro3bs2-371" parent="ttJMnmOJ9A8DWHro3bs2-355" style="ellipse;whiteSpace=wrap;html=1;align=center;fontSize=8;" value="Melihat log aktivitas sistem" vertex="1">
          <mxGeometry height="40" width="70" x="194" y="460" as="geometry" />
        </mxCell>
        <mxCell id="ttJMnmOJ9A8DWHro3bs2-363" parent="ttJMnmOJ9A8DWHro3bs2-355" style="ellipse;whiteSpace=wrap;html=1;align=center;fontSize=8;" value="Menjadwalkan laporan otomatis" vertex="1">
          <mxGeometry height="40" width="70" x="140" y="310" as="geometry" />
        </mxCell>
        <mxCell id="ttJMnmOJ9A8DWHro3bs2-369" parent="ttJMnmOJ9A8DWHro3bs2-355" style="ellipse;whiteSpace=wrap;html=1;align=center;fontSize=8;" value="Verifikasi kesesuaian data aset" vertex="1">
          <mxGeometry height="40" width="70" x="180" y="250" as="geometry" />
        </mxCell>
        <mxCell id="ttJMnmOJ9A8DWHro3bs2-367" parent="ttJMnmOJ9A8DWHro3bs2-355" style="ellipse;whiteSpace=wrap;html=1;align=center;fontSize=8;" value="Mencatat hasil audit" vertex="1">
          <mxGeometry height="40" width="70" x="160" y="40" as="geometry" />
        </mxCell>
        <mxCell id="ttJMnmOJ9A8DWHro3bs2-364" parent="ttJMnmOJ9A8DWHro3bs2-355" style="ellipse;whiteSpace=wrap;html=1;align=center;fontSize=8;" value="Memfilter laporan berdasar periode" vertex="1">
          <mxGeometry height="40" width="70" x="54" y="410" as="geometry" />
        </mxCell>
        <mxCell id="ttJMnmOJ9A8DWHro3bs2-365" parent="ttJMnmOJ9A8DWHro3bs2-355" style="ellipse;whiteSpace=wrap;html=1;align=center;fontSize=8;" value="Membandingkan data periodik" vertex="1">
          <mxGeometry height="40" width="70" x="60" y="460" as="geometry" />
        </mxCell>
        <mxCell id="ttJMnmOJ9A8DWHro3bs2-370" parent="ttJMnmOJ9A8DWHro3bs2-355" style="ellipse;whiteSpace=wrap;html=1;align=center;fontSize=8;" value="Menandai aset selisih" vertex="1">
          <mxGeometry height="40" width="70" x="200" y="400" as="geometry" />
        </mxCell>
        <mxCell id="ttJMnmOJ9A8DWHro3bs2-368" parent="ttJMnmOJ9A8DWHro3bs2-355" style="ellipse;whiteSpace=wrap;html=1;align=center;fontSize=8;" value="Membuat berita acara audit" vertex="1">
          <mxGeometry height="40" width="70" x="270" y="180" as="geometry" />
        </mxCell>
        <mxCell id="ttJMnmOJ9A8DWHro3bs2-390" edge="1" parent="ttJMnmOJ9A8DWHro3bs2-355" source="ttJMnmOJ9A8DWHro3bs2-370" style="html=1;verticalAlign=bottom;labelBackgroundColor=none;endArrow=open;endFill=0;dashed=1;rounded=0;exitX=0.5;exitY=0;exitDx=0;exitDy=0;entryX=1;entryY=1;entryDx=0;entryDy=0;" target="ttJMnmOJ9A8DWHro3bs2-368" value="&amp;lt;&amp;lt;extend&amp;gt;&amp;gt;">
          <mxGeometry relative="1" width="160" as="geometry">
            <mxPoint x="280" y="350" as="sourcePoint" />
            <mxPoint x="220" y="482" as="targetPoint" />
          </mxGeometry>
        </mxCell>
        <mxCell id="ttJMnmOJ9A8DWHro3bs2-358" parent="ttJMnmOJ9A8DWHro3bs2-355" style="ellipse;whiteSpace=wrap;html=1;align=center;fontSize=8;" value="Membuat laporan aset" vertex="1">
          <mxGeometry height="40" width="70" x="50" y="30" as="geometry" />
        </mxCell>
        <mxCell id="ttJMnmOJ9A8DWHro3bs2-359" parent="ttJMnmOJ9A8DWHro3bs2-355" style="ellipse;whiteSpace=wrap;html=1;align=center;fontSize=8;" value="Membuat laporan depresiasi" vertex="1">
          <mxGeometry height="40" width="70" x="20" y="80" as="geometry" />
        </mxCell>
        <mxCell id="SDq1_bFD7WnbyKTvlYuf-2" parent="ttJMnmOJ9A8DWHro3bs2-355" style="ellipse;whiteSpace=wrap;html=1;align=center;fontSize=8;" value="Mencetak laporan mutasi" vertex="1">
          <mxGeometry height="40" width="70" x="60" y="140" as="geometry" />
        </mxCell>
        <mxCell id="SDq1_bFD7WnbyKTvlYuf-3" parent="ttJMnmOJ9A8DWHro3bs2-355" style="ellipse;whiteSpace=wrap;html=1;align=center;fontSize=8;" value="Mencetak laporan audit" vertex="1">
          <mxGeometry height="40" width="70" x="90" y="210" as="geometry" />
        </mxCell>
        <mxCell id="SDq1_bFD7WnbyKTvlYuf-4" parent="ttJMnmOJ9A8DWHro3bs2-355" style="ellipse;whiteSpace=wrap;html=1;align=center;fontSize=8;" value="Mencetak laporan pajak" vertex="1">
          <mxGeometry height="40" width="70" x="160" y="180" as="geometry" />
        </mxCell>
        <mxCell id="SDq1_bFD7WnbyKTvlYuf-11" edge="1" parent="ttJMnmOJ9A8DWHro3bs2-355" source="SDq1_bFD7WnbyKTvlYuf-4" style="html=1;verticalAlign=bottom;labelBackgroundColor=none;endArrow=open;endFill=0;dashed=1;rounded=0;exitX=0.429;exitY=0;exitDx=0;exitDy=0;entryX=0.576;entryY=0.995;entryDx=0;entryDy=0;entryPerimeter=0;exitPerimeter=0;" target="ttJMnmOJ9A8DWHro3bs2-360" value="&amp;lt;&amp;lt;extend&amp;gt;&amp;gt;">
          <mxGeometry relative="1" width="160" as="geometry">
            <mxPoint x="190" y="326" as="sourcePoint" />
            <mxPoint x="285" y="140" as="targetPoint" />
          </mxGeometry>
        </mxCell>
        <mxCell id="SDq1_bFD7WnbyKTvlYuf-12" edge="1" parent="ttJMnmOJ9A8DWHro3bs2-355" source="SDq1_bFD7WnbyKTvlYuf-2" style="html=1;verticalAlign=bottom;labelBackgroundColor=none;endArrow=open;endFill=0;dashed=1;rounded=0;exitX=0.5;exitY=0;exitDx=0;exitDy=0;entryX=0.098;entryY=0.724;entryDx=0;entryDy=0;entryPerimeter=0;" target="ttJMnmOJ9A8DWHro3bs2-360" value="&amp;lt;&amp;lt;extend&amp;gt;&amp;gt;">
          <mxGeometry relative="1" width="160" as="geometry">
            <mxPoint x="140" y="150" as="sourcePoint" />
            <mxPoint x="159" y="120" as="targetPoint" />
          </mxGeometry>
        </mxCell>
        <mxCell id="SDq1_bFD7WnbyKTvlYuf-13" edge="1" parent="ttJMnmOJ9A8DWHro3bs2-355" source="SDq1_bFD7WnbyKTvlYuf-3" style="html=1;verticalAlign=bottom;labelBackgroundColor=none;endArrow=open;endFill=0;dashed=1;rounded=0;exitX=0.685;exitY=0;exitDx=0;exitDy=0;entryX=0.23;entryY=0.892;entryDx=0;entryDy=0;entryPerimeter=0;exitPerimeter=0;" target="ttJMnmOJ9A8DWHro3bs2-360" value="&amp;lt;&amp;lt;extend&amp;gt;&amp;gt;">
          <mxGeometry relative="1" width="160" as="geometry">
            <mxPoint x="170" y="230" as="sourcePoint" />
            <mxPoint x="189" y="200" as="targetPoint" />
          </mxGeometry>
        </mxCell>
        <mxCell id="JGa3toTjyCk54IzFmMTe-7" edge="1" parent="1" source="ttJMnmOJ9A8DWHro3bs2-356" style="rounded=0;orthogonalLoop=1;jettySize=auto;html=1;entryX=0;entryY=0.5;entryDx=0;entryDy=0;endArrow=none;endFill=0;" target="ttJMnmOJ9A8DWHro3bs2-369">
          <mxGeometry relative="1" as="geometry" />
        </mxCell>
        <mxCell id="ttJMnmOJ9A8DWHro3bs2-356" parent="1" style="shape=umlActor;verticalLabelPosition=bottom;verticalAlign=top;html=1;outlineConnect=0;" value="Admin" vertex="1">
          <mxGeometry height="30" width="20" x="90" y="2280" as="geometry" />
        </mxCell>
        <mxCell id="JGa3toTjyCk54IzFmMTe-6" edge="1" parent="1" source="ttJMnmOJ9A8DWHro3bs2-357" style="rounded=0;orthogonalLoop=1;jettySize=auto;html=1;entryX=1;entryY=0.5;entryDx=0;entryDy=0;endArrow=none;endFill=0;" target="ttJMnmOJ9A8DWHro3bs2-362">
          <mxGeometry relative="1" as="geometry" />
        </mxCell>
        <mxCell id="ttJMnmOJ9A8DWHro3bs2-357" parent="1" style="shape=umlActor;verticalLabelPosition=bottom;verticalAlign=top;html=1;outlineConnect=0;" value="Auditor" vertex="1">
          <mxGeometry height="30" width="20" x="680" y="2300" as="geometry" />
        </mxCell>
        <mxCell id="ttJMnmOJ9A8DWHro3bs2-366" parent="1" style="ellipse;whiteSpace=wrap;html=1;align=center;fontSize=8;" value="Mencatat hasil pencocokan aset" vertex="1">
          <mxGeometry height="40" width="70" x="480" y="2120" as="geometry" />
        </mxCell>
        <mxCell id="ttJMnmOJ9A8DWHro3bs2-372" edge="1" parent="1" source="ttJMnmOJ9A8DWHro3bs2-358" style="rounded=0;orthogonalLoop=1;jettySize=auto;html=1;exitX=0;exitY=0.5;exitDx=0;exitDy=0;endArrow=none;endFill=0;" target="ttJMnmOJ9A8DWHro3bs2-356">
          <mxGeometry relative="1" as="geometry" />
        </mxCell>
        <mxCell id="ttJMnmOJ9A8DWHro3bs2-373" edge="1" parent="1" source="ttJMnmOJ9A8DWHro3bs2-359" style="rounded=0;orthogonalLoop=1;jettySize=auto;html=1;exitX=0;exitY=0.5;exitDx=0;exitDy=0;endArrow=none;endFill=0;" target="ttJMnmOJ9A8DWHro3bs2-356">
          <mxGeometry relative="1" as="geometry" />
        </mxCell>
        <mxCell id="ttJMnmOJ9A8DWHro3bs2-374" edge="1" parent="1" source="ttJMnmOJ9A8DWHro3bs2-360" style="rounded=0;orthogonalLoop=1;jettySize=auto;html=1;exitX=0;exitY=0.5;exitDx=0;exitDy=0;endArrow=none;endFill=0;" target="ttJMnmOJ9A8DWHro3bs2-356">
          <mxGeometry relative="1" as="geometry" />
        </mxCell>
        <mxCell id="ttJMnmOJ9A8DWHro3bs2-375" edge="1" parent="1" source="ttJMnmOJ9A8DWHro3bs2-361" style="rounded=0;orthogonalLoop=1;jettySize=auto;html=1;exitX=0;exitY=0.5;exitDx=0;exitDy=0;endArrow=none;endFill=0;" target="ttJMnmOJ9A8DWHro3bs2-356">
          <mxGeometry relative="1" as="geometry" />
        </mxCell>
        <mxCell id="ttJMnmOJ9A8DWHro3bs2-376" edge="1" parent="1" source="ttJMnmOJ9A8DWHro3bs2-362" style="rounded=0;orthogonalLoop=1;jettySize=auto;html=1;exitX=0;exitY=0.5;exitDx=0;exitDy=0;endArrow=none;endFill=0;" target="ttJMnmOJ9A8DWHro3bs2-356">
          <mxGeometry relative="1" as="geometry" />
        </mxCell>
        <mxCell id="ttJMnmOJ9A8DWHro3bs2-377" edge="1" parent="1" source="ttJMnmOJ9A8DWHro3bs2-364" style="rounded=0;orthogonalLoop=1;jettySize=auto;html=1;exitX=0;exitY=0.5;exitDx=0;exitDy=0;endArrow=none;endFill=0;" target="ttJMnmOJ9A8DWHro3bs2-356">
          <mxGeometry relative="1" as="geometry" />
        </mxCell>
        <mxCell id="ttJMnmOJ9A8DWHro3bs2-378" edge="1" parent="1" source="ttJMnmOJ9A8DWHro3bs2-365" style="rounded=0;orthogonalLoop=1;jettySize=auto;html=1;exitX=0;exitY=0.5;exitDx=0;exitDy=0;endArrow=none;endFill=0;">
          <mxGeometry relative="1" as="geometry">
            <mxPoint x="110" y="2310" as="targetPoint" />
          </mxGeometry>
        </mxCell>
        <mxCell id="ttJMnmOJ9A8DWHro3bs2-379" edge="1" parent="1" source="ttJMnmOJ9A8DWHro3bs2-366" style="rounded=0;orthogonalLoop=1;jettySize=auto;html=1;exitX=1;exitY=0.5;exitDx=0;exitDy=0;endArrow=none;endFill=0;" target="ttJMnmOJ9A8DWHro3bs2-357">
          <mxGeometry relative="1" as="geometry" />
        </mxCell>
        <mxCell id="ttJMnmOJ9A8DWHro3bs2-382" edge="1" parent="1" source="ttJMnmOJ9A8DWHro3bs2-367" style="rounded=0;orthogonalLoop=1;jettySize=auto;html=1;exitX=1;exitY=0.5;exitDx=0;exitDy=0;endArrow=none;endFill=0;" target="ttJMnmOJ9A8DWHro3bs2-357">
          <mxGeometry relative="1" as="geometry" />
        </mxCell>
        <mxCell id="ttJMnmOJ9A8DWHro3bs2-383" edge="1" parent="1" source="ttJMnmOJ9A8DWHro3bs2-368" style="rounded=0;orthogonalLoop=1;jettySize=auto;html=1;exitX=1;exitY=0.5;exitDx=0;exitDy=0;endArrow=none;endFill=0;" target="ttJMnmOJ9A8DWHro3bs2-357">
          <mxGeometry relative="1" as="geometry" />
        </mxCell>
        <mxCell id="ttJMnmOJ9A8DWHro3bs2-384" edge="1" parent="1" source="ttJMnmOJ9A8DWHro3bs2-369" style="rounded=0;orthogonalLoop=1;jettySize=auto;html=1;exitX=1;exitY=0.5;exitDx=0;exitDy=0;endArrow=none;endFill=0;" target="ttJMnmOJ9A8DWHro3bs2-357">
          <mxGeometry relative="1" as="geometry" />
        </mxCell>
        <mxCell id="ttJMnmOJ9A8DWHro3bs2-385" edge="1" parent="1" source="ttJMnmOJ9A8DWHro3bs2-370" style="rounded=0;orthogonalLoop=1;jettySize=auto;html=1;exitX=1;exitY=0.5;exitDx=0;exitDy=0;endArrow=none;endFill=0;" target="ttJMnmOJ9A8DWHro3bs2-357">
          <mxGeometry relative="1" as="geometry" />
        </mxCell>
        <mxCell id="ttJMnmOJ9A8DWHro3bs2-386" edge="1" parent="1" source="ttJMnmOJ9A8DWHro3bs2-371" style="rounded=0;orthogonalLoop=1;jettySize=auto;html=1;exitX=1;exitY=0.5;exitDx=0;exitDy=0;endArrow=none;endFill=0;" target="ttJMnmOJ9A8DWHro3bs2-357">
          <mxGeometry relative="1" as="geometry" />
        </mxCell>
        <mxCell id="ttJMnmOJ9A8DWHro3bs2-388" edge="1" parent="1" source="ttJMnmOJ9A8DWHro3bs2-363" style="rounded=0;orthogonalLoop=1;jettySize=auto;html=1;exitX=0;exitY=0.5;exitDx=0;exitDy=0;endArrow=none;endFill=0;" target="ttJMnmOJ9A8DWHro3bs2-356">
          <mxGeometry relative="1" as="geometry" />
        </mxCell>
        <mxCell id="ttJMnmOJ9A8DWHro3bs2-389" edge="1" parent="1" source="ttJMnmOJ9A8DWHro3bs2-366" style="html=1;verticalAlign=bottom;labelBackgroundColor=none;endArrow=open;endFill=0;dashed=1;rounded=0;exitX=0.5;exitY=1;exitDx=0;exitDy=0;entryX=0.5;entryY=0;entryDx=0;entryDy=0;" target="ttJMnmOJ9A8DWHro3bs2-369" value="&amp;lt;&amp;lt;include&amp;gt;&amp;gt;">
          <mxGeometry relative="1" width="160" as="geometry">
            <mxPoint x="540" y="2180" as="sourcePoint" />
            <mxPoint x="620" y="2206" as="targetPoint" />
          </mxGeometry>
        </mxCell>
        <mxCell id="ttJMnmOJ9A8DWHro3bs2-391" parent="1" style="swimlane;whiteSpace=wrap;html=1;startSize=23;" value="&lt;span style=&quot;font-family: &amp;quot;Anthropic Sans&amp;quot;, -apple-system, BlinkMacSystemFont, &amp;quot;Segoe UI&amp;quot;, sans-serif; font-size: 14px; font-weight: 500; text-align: start; white-space: nowrap;&quot;&gt;Keamanan dan Pengaturan Sistem&lt;/span&gt;" vertex="1">
          <mxGeometry height="510" width="370" x="220" y="2730" as="geometry" />
        </mxCell>
        <mxCell id="ttJMnmOJ9A8DWHro3bs2-396" parent="ttJMnmOJ9A8DWHro3bs2-391" style="ellipse;whiteSpace=wrap;html=1;align=center;fontSize=8;" value="Restore data dari backup" vertex="1">
          <mxGeometry height="40" width="70" x="50" y="280" as="geometry" />
        </mxCell>
        <mxCell id="ttJMnmOJ9A8DWHro3bs2-397" parent="ttJMnmOJ9A8DWHro3bs2-391" style="ellipse;whiteSpace=wrap;html=1;align=center;fontSize=8;" value="Menyimpan konfigurasi kebijakan sistem" vertex="1">
          <mxGeometry height="40" width="70" x="110" y="320" as="geometry" />
        </mxCell>
        <mxCell id="ttJMnmOJ9A8DWHro3bs2-392" parent="ttJMnmOJ9A8DWHro3bs2-391" style="ellipse;whiteSpace=wrap;html=1;align=center;fontSize=8;" value="Menambah akun pengguna" vertex="1">
          <mxGeometry height="40" width="70" x="70" y="40" as="geometry" />
        </mxCell>
        <mxCell id="ttJMnmOJ9A8DWHro3bs2-393" parent="ttJMnmOJ9A8DWHro3bs2-391" style="ellipse;whiteSpace=wrap;html=1;align=center;fontSize=8;" value="Menyimpan konfigurasi hak akses (RBAC)" vertex="1">
          <mxGeometry height="40" width="70" x="50" y="90" as="geometry" />
        </mxCell>
        <mxCell id="ttJMnmOJ9A8DWHro3bs2-407" parent="ttJMnmOJ9A8DWHro3bs2-391" style="ellipse;whiteSpace=wrap;html=1;align=center;fontSize=8;" value="Reset password via email" vertex="1">
          <mxGeometry height="40" width="70" x="200" y="220" as="geometry" />
        </mxCell>
        <mxCell id="ttJMnmOJ9A8DWHro3bs2-408" parent="ttJMnmOJ9A8DWHro3bs2-391" style="ellipse;whiteSpace=wrap;html=1;align=center;fontSize=8;" value="Mengaktifkan autentikasi 2FA" vertex="1">
          <mxGeometry height="40" width="70" x="194" y="290" as="geometry" />
        </mxCell>
        <mxCell id="ttJMnmOJ9A8DWHro3bs2-409" parent="ttJMnmOJ9A8DWHro3bs2-391" style="ellipse;whiteSpace=wrap;html=1;align=center;fontSize=8;" value="Memperbarui profil pengguna" vertex="1">
          <mxGeometry height="40" width="70" x="194" y="370" as="geometry" />
        </mxCell>
        <mxCell id="ttJMnmOJ9A8DWHro3bs2-398" parent="ttJMnmOJ9A8DWHro3bs2-391" style="ellipse;whiteSpace=wrap;html=1;align=center;fontSize=8;" value="Melakukan backup data" vertex="1">
          <mxGeometry height="40" width="70" x="110" y="250" as="geometry" />
        </mxCell>
        <mxCell id="ttJMnmOJ9A8DWHro3bs2-405" parent="ttJMnmOJ9A8DWHro3bs2-391" style="ellipse;whiteSpace=wrap;html=1;align=center;fontSize=8;" value="Logout dari sistem" vertex="1">
          <mxGeometry height="40" width="70" x="190" y="50" as="geometry" />
        </mxCell>
        <mxCell id="ttJMnmOJ9A8DWHro3bs2-406" parent="ttJMnmOJ9A8DWHro3bs2-391" style="ellipse;whiteSpace=wrap;html=1;align=center;fontSize=8;" value="Mengubah password" vertex="1">
          <mxGeometry height="40" width="70" x="150" y="152" as="geometry" />
        </mxCell>
        <mxCell id="ttJMnmOJ9A8DWHro3bs2-434" edge="1" parent="ttJMnmOJ9A8DWHro3bs2-391" source="ttJMnmOJ9A8DWHro3bs2-406" style="html=1;verticalAlign=bottom;labelBackgroundColor=none;endArrow=open;endFill=0;dashed=1;rounded=0;exitX=0;exitY=0.5;exitDx=0;exitDy=0;entryX=1;entryY=0;entryDx=0;entryDy=0;" target="ttJMnmOJ9A8DWHro3bs2-397" value="&amp;lt;&amp;lt;include&amp;gt;&amp;gt;">
          <mxGeometry relative="1" width="160" as="geometry">
            <mxPoint x="501" y="90" as="sourcePoint" />
            <mxPoint x="400" y="225" as="targetPoint" />
          </mxGeometry>
        </mxCell>
        <mxCell id="ttJMnmOJ9A8DWHro3bs2-394" parent="ttJMnmOJ9A8DWHro3bs2-391" style="ellipse;whiteSpace=wrap;html=1;align=center;fontSize=8;" value="Menonaktifkan akun" vertex="1">
          <mxGeometry height="40" width="70" x="124" y="112" as="geometry" />
        </mxCell>
        <mxCell id="ttJMnmOJ9A8DWHro3bs2-395" parent="1" style="ellipse;whiteSpace=wrap;html=1;align=center;fontSize=8;" value="Melihat log aktivitas pengguna" vertex="1">
          <mxGeometry height="40" width="70" x="280" y="2940" as="geometry" />
        </mxCell>
        <mxCell id="ttJMnmOJ9A8DWHro3bs2-399" parent="1" style="ellipse;whiteSpace=wrap;html=1;align=center;fontSize=8;" value="Mengonfigurasi notifikasi sistem" vertex="1">
          <mxGeometry height="40" width="70" x="310" y="3110" as="geometry" />
        </mxCell>
        <mxCell id="ttJMnmOJ9A8DWHro3bs2-400" parent="1" style="ellipse;whiteSpace=wrap;html=1;align=center;fontSize=8;" value="Memperbarui master data" vertex="1">
          <mxGeometry height="40" width="70" x="260" y="3170" as="geometry" />
        </mxCell>
        <mxCell id="JGa3toTjyCk54IzFmMTe-8" edge="1" parent="1" source="ttJMnmOJ9A8DWHro3bs2-402" style="rounded=0;orthogonalLoop=1;jettySize=auto;html=1;entryX=0;entryY=0.5;entryDx=0;entryDy=0;endArrow=none;endFill=0;" target="ttJMnmOJ9A8DWHro3bs2-406">
          <mxGeometry relative="1" as="geometry" />
        </mxCell>
        <mxCell id="ttJMnmOJ9A8DWHro3bs2-402" parent="1" style="shape=umlActor;verticalLabelPosition=bottom;verticalAlign=top;html=1;outlineConnect=0;" value="Admin" vertex="1">
          <mxGeometry height="30" width="20" x="70" y="2970" as="geometry" />
        </mxCell>
        <mxCell id="ttJMnmOJ9A8DWHro3bs2-403" parent="1" style="shape=umlActor;verticalLabelPosition=bottom;verticalAlign=top;html=1;outlineConnect=0;" value="Pengguna" vertex="1">
          <mxGeometry height="30" width="20" x="700" y="2980" as="geometry" />
        </mxCell>
        <mxCell id="ttJMnmOJ9A8DWHro3bs2-404" parent="1" style="ellipse;whiteSpace=wrap;html=1;align=center;fontSize=8;" value="Login ke sistem" vertex="1">
          <mxGeometry height="40" width="70" x="490" y="2770" as="geometry" />
        </mxCell>
        <mxCell id="ttJMnmOJ9A8DWHro3bs2-411" edge="1" parent="1" source="ttJMnmOJ9A8DWHro3bs2-404" style="rounded=0;orthogonalLoop=1;jettySize=auto;html=1;exitX=1;exitY=0.5;exitDx=0;exitDy=0;endArrow=none;endFill=0;" target="ttJMnmOJ9A8DWHro3bs2-403">
          <mxGeometry relative="1" as="geometry" />
        </mxCell>
        <mxCell id="ttJMnmOJ9A8DWHro3bs2-412" edge="1" parent="1" source="ttJMnmOJ9A8DWHro3bs2-405" style="rounded=0;orthogonalLoop=1;jettySize=auto;html=1;exitX=1;exitY=0.5;exitDx=0;exitDy=0;endArrow=none;endFill=0;" target="ttJMnmOJ9A8DWHro3bs2-403">
          <mxGeometry relative="1" as="geometry" />
        </mxCell>
        <mxCell id="ttJMnmOJ9A8DWHro3bs2-413" edge="1" parent="1" source="ttJMnmOJ9A8DWHro3bs2-406" style="rounded=0;orthogonalLoop=1;jettySize=auto;html=1;exitX=1;exitY=0.5;exitDx=0;exitDy=0;endArrow=none;endFill=0;" target="ttJMnmOJ9A8DWHro3bs2-403">
          <mxGeometry relative="1" as="geometry" />
        </mxCell>
        <mxCell id="ttJMnmOJ9A8DWHro3bs2-414" edge="1" parent="1" source="ttJMnmOJ9A8DWHro3bs2-407" style="rounded=0;orthogonalLoop=1;jettySize=auto;html=1;exitX=1;exitY=0.5;exitDx=0;exitDy=0;endArrow=none;endFill=0;" target="ttJMnmOJ9A8DWHro3bs2-403">
          <mxGeometry relative="1" as="geometry" />
        </mxCell>
        <mxCell id="ttJMnmOJ9A8DWHro3bs2-415" edge="1" parent="1" source="ttJMnmOJ9A8DWHro3bs2-408" style="rounded=0;orthogonalLoop=1;jettySize=auto;html=1;exitX=1;exitY=0.5;exitDx=0;exitDy=0;endArrow=none;endFill=0;" target="ttJMnmOJ9A8DWHro3bs2-403">
          <mxGeometry relative="1" as="geometry" />
        </mxCell>
        <mxCell id="ttJMnmOJ9A8DWHro3bs2-416" edge="1" parent="1" source="ttJMnmOJ9A8DWHro3bs2-409" style="rounded=0;orthogonalLoop=1;jettySize=auto;html=1;exitX=1;exitY=0.5;exitDx=0;exitDy=0;endArrow=none;endFill=0;" target="ttJMnmOJ9A8DWHro3bs2-403">
          <mxGeometry relative="1" as="geometry" />
        </mxCell>
        <mxCell id="ttJMnmOJ9A8DWHro3bs2-419" edge="1" parent="1" source="ttJMnmOJ9A8DWHro3bs2-392" style="rounded=0;orthogonalLoop=1;jettySize=auto;html=1;exitX=0;exitY=0.5;exitDx=0;exitDy=0;endArrow=none;endFill=0;" target="ttJMnmOJ9A8DWHro3bs2-402">
          <mxGeometry relative="1" as="geometry" />
        </mxCell>
        <mxCell id="ttJMnmOJ9A8DWHro3bs2-420" edge="1" parent="1" source="ttJMnmOJ9A8DWHro3bs2-393" style="rounded=0;orthogonalLoop=1;jettySize=auto;html=1;exitX=0;exitY=0.5;exitDx=0;exitDy=0;endArrow=none;endFill=0;" target="ttJMnmOJ9A8DWHro3bs2-402">
          <mxGeometry relative="1" as="geometry" />
        </mxCell>
        <mxCell id="ttJMnmOJ9A8DWHro3bs2-422" edge="1" parent="1" source="ttJMnmOJ9A8DWHro3bs2-394" style="rounded=0;orthogonalLoop=1;jettySize=auto;html=1;exitX=0;exitY=0.5;exitDx=0;exitDy=0;endArrow=none;endFill=0;" target="ttJMnmOJ9A8DWHro3bs2-402">
          <mxGeometry relative="1" as="geometry" />
        </mxCell>
        <mxCell id="ttJMnmOJ9A8DWHro3bs2-423" edge="1" parent="1" source="ttJMnmOJ9A8DWHro3bs2-395" style="rounded=0;orthogonalLoop=1;jettySize=auto;html=1;exitX=0;exitY=0.5;exitDx=0;exitDy=0;endArrow=none;endFill=0;" target="ttJMnmOJ9A8DWHro3bs2-402">
          <mxGeometry relative="1" as="geometry" />
        </mxCell>
        <mxCell id="ttJMnmOJ9A8DWHro3bs2-424" edge="1" parent="1" source="ttJMnmOJ9A8DWHro3bs2-396" style="rounded=0;orthogonalLoop=1;jettySize=auto;html=1;exitX=0;exitY=0.5;exitDx=0;exitDy=0;endArrow=none;endFill=0;" target="ttJMnmOJ9A8DWHro3bs2-402">
          <mxGeometry relative="1" as="geometry" />
        </mxCell>
        <mxCell id="ttJMnmOJ9A8DWHro3bs2-425" edge="1" parent="1" source="ttJMnmOJ9A8DWHro3bs2-397" style="rounded=0;orthogonalLoop=1;jettySize=auto;html=1;exitX=0;exitY=0.5;exitDx=0;exitDy=0;endArrow=none;endFill=0;" target="ttJMnmOJ9A8DWHro3bs2-402">
          <mxGeometry relative="1" as="geometry" />
        </mxCell>
        <mxCell id="ttJMnmOJ9A8DWHro3bs2-426" edge="1" parent="1" source="ttJMnmOJ9A8DWHro3bs2-398" style="rounded=0;orthogonalLoop=1;jettySize=auto;html=1;exitX=0;exitY=0.5;exitDx=0;exitDy=0;endArrow=none;endFill=0;" target="ttJMnmOJ9A8DWHro3bs2-402">
          <mxGeometry relative="1" as="geometry" />
        </mxCell>
        <mxCell id="ttJMnmOJ9A8DWHro3bs2-429" edge="1" parent="1" source="ttJMnmOJ9A8DWHro3bs2-399" style="rounded=0;orthogonalLoop=1;jettySize=auto;html=1;exitX=0;exitY=0.5;exitDx=0;exitDy=0;endArrow=none;endFill=0;" target="ttJMnmOJ9A8DWHro3bs2-402">
          <mxGeometry relative="1" as="geometry" />
        </mxCell>
        <mxCell id="ttJMnmOJ9A8DWHro3bs2-430" edge="1" parent="1" source="ttJMnmOJ9A8DWHro3bs2-400" style="rounded=0;orthogonalLoop=1;jettySize=auto;html=1;exitX=0;exitY=0.5;exitDx=0;exitDy=0;endArrow=none;endFill=0;" target="ttJMnmOJ9A8DWHro3bs2-402">
          <mxGeometry relative="1" as="geometry" />
        </mxCell>
        <mxCell id="ttJMnmOJ9A8DWHro3bs2-433" edge="1" parent="1" source="ttJMnmOJ9A8DWHro3bs2-407" style="html=1;verticalAlign=bottom;labelBackgroundColor=none;endArrow=open;endFill=0;dashed=1;rounded=0;" target="ttJMnmOJ9A8DWHro3bs2-404" value="&amp;lt;&amp;lt;extend&amp;gt;&amp;gt;">
          <mxGeometry relative="1" width="160" as="geometry">
            <mxPoint x="650" y="2976" as="sourcePoint" />
            <mxPoint x="675" y="2850" as="targetPoint" />
          </mxGeometry>
        </mxCell>
        <mxCell id="JGa3toTjyCk54IzFmMTe-1" edge="1" parent="1" source="ttJMnmOJ9A8DWHro3bs2-257" style="rounded=0;orthogonalLoop=1;jettySize=auto;html=1;exitX=1;exitY=0.5;exitDx=0;exitDy=0;endArrow=none;endFill=0;" target="ttJMnmOJ9A8DWHro3bs2-251">
          <mxGeometry relative="1" as="geometry" />
        </mxCell>
        <mxCell id="JGa3toTjyCk54IzFmMTe-2" edge="1" parent="1" source="ttJMnmOJ9A8DWHro3bs2-259" style="rounded=0;orthogonalLoop=1;jettySize=auto;html=1;exitX=1;exitY=0;exitDx=0;exitDy=0;endArrow=none;endFill=0;" target="ttJMnmOJ9A8DWHro3bs2-251">
          <mxGeometry relative="1" as="geometry" />
        </mxCell>
        <mxCell id="JGa3toTjyCk54IzFmMTe-5" edge="1" parent="1" source="ttJMnmOJ9A8DWHro3bs2-320" style="rounded=0;orthogonalLoop=1;jettySize=auto;html=1;entryX=0.047;entryY=0.73;entryDx=0;entryDy=0;entryPerimeter=0;endArrow=none;endFill=0;" target="ttJMnmOJ9A8DWHro3bs2-331">
          <mxGeometry relative="1" as="geometry" />
        </mxCell>
        <mxCell id="SDq1_bFD7WnbyKTvlYuf-1" edge="1" parent="1" source="ttJMnmOJ9A8DWHro3bs2-324" style="rounded=0;orthogonalLoop=1;jettySize=auto;html=1;exitX=1;exitY=0.5;exitDx=0;exitDy=0;endArrow=none;endFill=0;" target="ttJMnmOJ9A8DWHro3bs2-321">
          <mxGeometry relative="1" as="geometry" />
        </mxCell>
        <mxCell id="SDq1_bFD7WnbyKTvlYuf-8" edge="1" parent="1" source="SDq1_bFD7WnbyKTvlYuf-2" style="rounded=0;orthogonalLoop=1;jettySize=auto;html=1;exitX=0;exitY=0.5;exitDx=0;exitDy=0;endArrow=none;endFill=0;" target="ttJMnmOJ9A8DWHro3bs2-356">
          <mxGeometry relative="1" as="geometry" />
        </mxCell>
        <mxCell id="SDq1_bFD7WnbyKTvlYuf-9" edge="1" parent="1" source="SDq1_bFD7WnbyKTvlYuf-4" style="rounded=0;orthogonalLoop=1;jettySize=auto;html=1;exitX=0;exitY=0.5;exitDx=0;exitDy=0;endArrow=none;endFill=0;" target="ttJMnmOJ9A8DWHro3bs2-356">
          <mxGeometry relative="1" as="geometry" />
        </mxCell>
        <mxCell id="SDq1_bFD7WnbyKTvlYuf-10" edge="1" parent="1" source="SDq1_bFD7WnbyKTvlYuf-3" style="rounded=0;orthogonalLoop=1;jettySize=auto;html=1;exitX=0;exitY=0.5;exitDx=0;exitDy=0;endArrow=none;endFill=0;" target="ttJMnmOJ9A8DWHro3bs2-356">
          <mxGeometry relative="1" as="geometry" />
        </mxCell>
        <mxCell id="Ji7-jTJ7KOdppPhq-gUy-1" edge="1" parent="1" source="ttJMnmOJ9A8DWHro3bs2-229" style="rounded=0;orthogonalLoop=1;jettySize=auto;html=1;exitX=0;exitY=0.5;exitDx=0;exitDy=0;endArrow=none;endFill=0;" target="ttJMnmOJ9A8DWHro3bs2-210">
          <mxGeometry relative="1" as="geometry" />
        </mxCell>
        <mxCell id="Ji7-jTJ7KOdppPhq-gUy-2" edge="1" parent="1" source="ttJMnmOJ9A8DWHro3bs2-214" style="rounded=0;orthogonalLoop=1;jettySize=auto;html=1;exitX=1;exitY=0.5;exitDx=0;exitDy=0;endArrow=none;endFill=0;" target="ttJMnmOJ9A8DWHro3bs2-211">
          <mxGeometry relative="1" as="geometry" />
        </mxCell>
        <mxCell id="Ji7-jTJ7KOdppPhq-gUy-7" edge="1" parent="1" source="Ji7-jTJ7KOdppPhq-gUy-6" style="rounded=0;orthogonalLoop=1;jettySize=auto;html=1;exitX=0;exitY=0.5;exitDx=0;exitDy=0;endArrow=none;endFill=0;" target="ttJMnmOJ9A8DWHro3bs2-250">
          <mxGeometry relative="1" as="geometry" />
        </mxCell>
        <mxCell id="Ji7-jTJ7KOdppPhq-gUy-10" edge="1" parent="1" source="Ji7-jTJ7KOdppPhq-gUy-9" style="rounded=0;orthogonalLoop=1;jettySize=auto;html=1;exitX=0;exitY=0.5;exitDx=0;exitDy=0;endArrow=none;endFill=0;" target="ttJMnmOJ9A8DWHro3bs2-320">
          <mxGeometry relative="1" as="geometry" />
        </mxCell>
        <mxCell id="Z1_i2laTNwozgm0S6zVG-2" edge="1" parent="1" source="Z1_i2laTNwozgm0S6zVG-1" style="rounded=0;orthogonalLoop=1;jettySize=auto;html=1;exitX=0;exitY=0.5;exitDx=0;exitDy=0;endArrow=none;endFill=0;" target="ttJMnmOJ9A8DWHro3bs2-320">
          <mxGeometry relative="1" as="geometry" />
        </mxCell>
      </root>
    </mxGraphModel>
  </diagram>
</mxfile>
